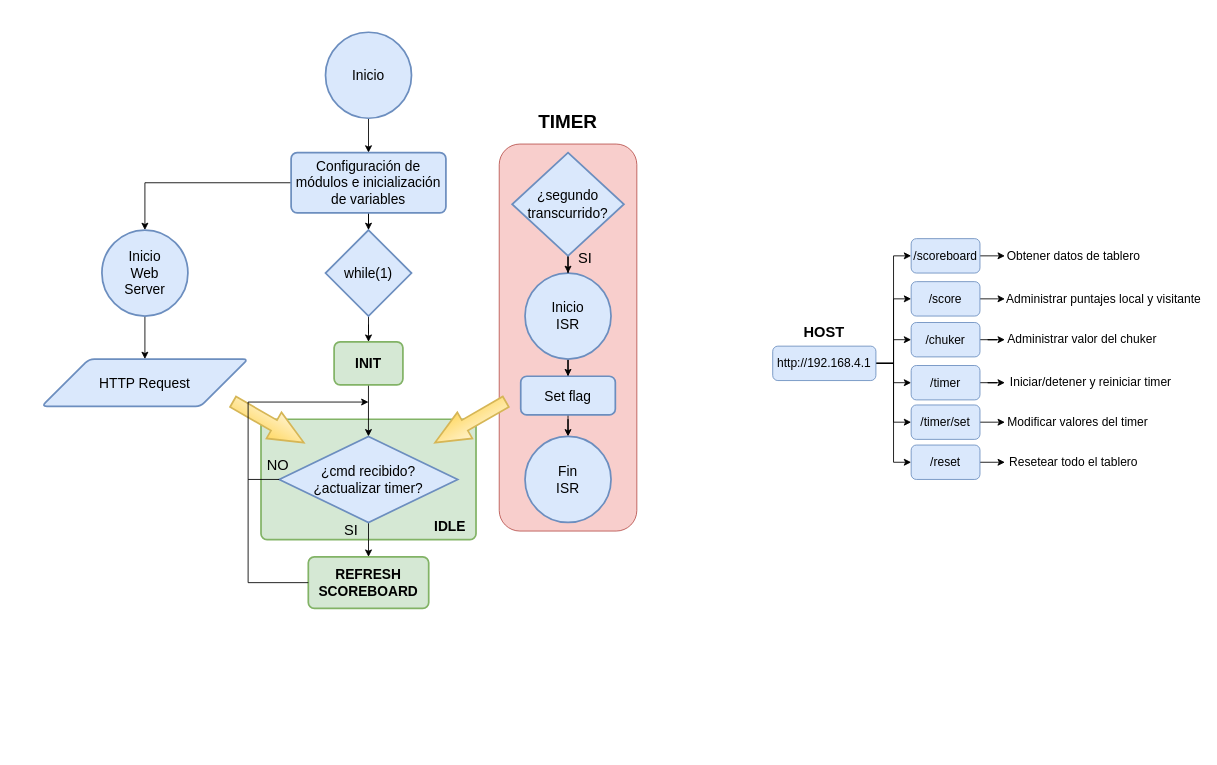
pedro-parodi-ramirez/PoloPoints keeps this draw.io diagram as diagramas.drawio. Above is the earlier version. Source tidied: cells renumbered, new cells numbered last; positions are measured from the earlier drawing's top-left corner, leaving out a move shared by most shapes. Both pictures are drawn from the tidied source at 86%, with x=0, y=0 at pixel (41, 32).
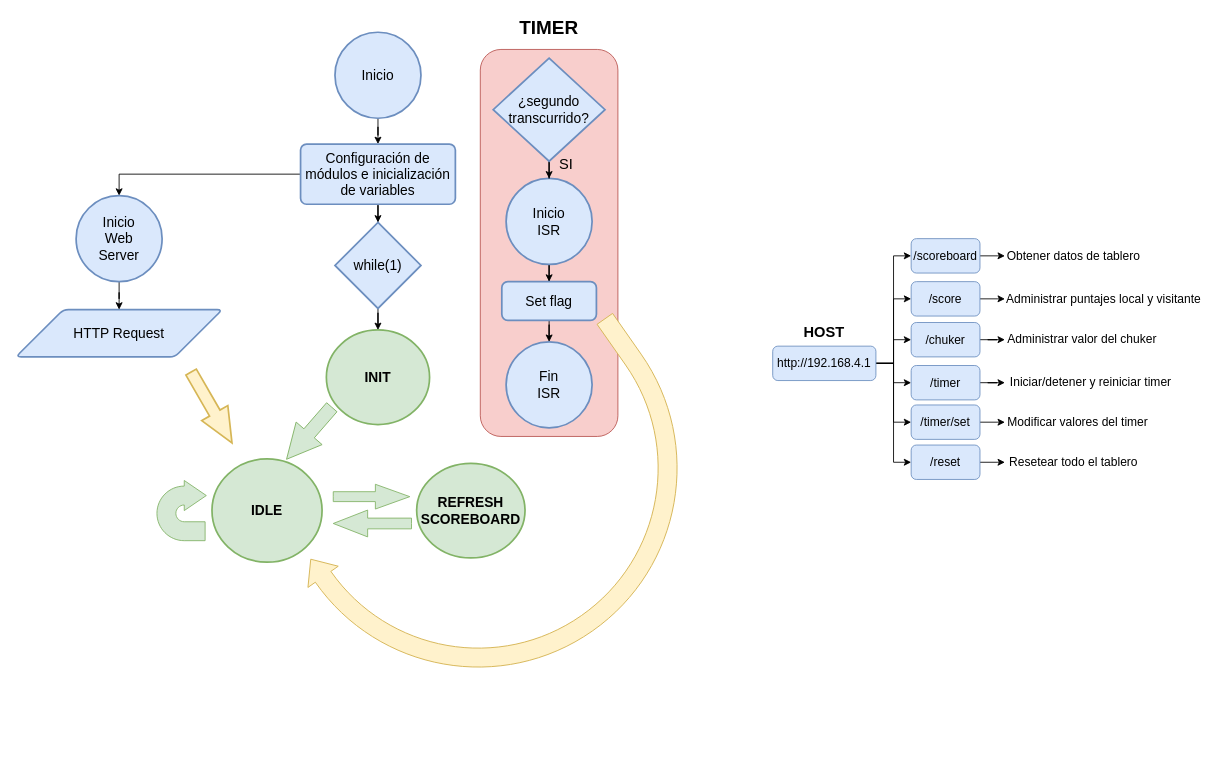
After the change.

Change to the diagram source:
```diff
@@
     <mxCell id="2" style="rounded=1;whiteSpace=wrap;html=1;fillColor=#f8cecc;strokeColor=#b85450;" parent="1" vertex="1">
-      <mxGeometry x="532" y="130" width="160" height="450" as="geometry" />
+      <mxGeometry x="510" y="20" width="160" height="450" as="geometry" />
     </mxCell>
-    <mxCell id="3" style="rounded=1;whiteSpace=wrap;html=1;absoluteArcSize=1;arcSize=14;strokeWidth=2;align=center;fillColor=#d5e8d4;strokeColor=#82b366;" parent="1" vertex="1">
-      <mxGeometry x="255" y="450" width="250" height="140" as="geometry" />
-    </mxCell>
@@
     <mxCell id="5" value="Inicio" style="strokeWidth=2;html=1;shape=mxgraph.flowchart.start_2;whiteSpace=wrap;fontSize=16;fillColor=#dae8fc;strokeColor=#6c8ebf;" parent="1" vertex="1">
-      <mxGeometry x="330" width="100" height="100" as="geometry" />
+      <mxGeometry x="341" width="100" height="100" as="geometry" />
     </mxCell>
-    <mxCell id="6" style="edgeStyle=orthogonalEdgeStyle;rounded=0;jettySize=auto;html=1;" parent="1" edge="1" source="8" target="10">
+    <mxCell id="6" style="edgeStyle=orthogonalEdgeStyle;rounded=0;jettySize=auto;html=1;entryX=0.5;entryY=0;entryDx=0;entryDy=0;entryPerimeter=0;" parent="1" edge="1" source="8" target="10">
       <mxGeometry relative="1" as="geometry" />
     </mxCell>
@@
     <mxCell id="8" value="Configuración de módulos e inicialización de variables" style="rounded=1;whiteSpace=wrap;html=1;absoluteArcSize=1;arcSize=14;strokeWidth=2;fontSize=16;fillColor=#dae8fc;strokeColor=#6c8ebf;" parent="1" vertex="1">
-      <mxGeometry x="290" y="140" width="180" height="70" as="geometry" />
+      <mxGeometry x="301" y="130" width="180" height="70" as="geometry" />
     </mxCell>
-    <mxCell id="9" style="edgeStyle=orthogonalEdgeStyle;rounded=0;jettySize=auto;html=1;entryX=0.5;entryY=0;entryDx=0;entryDy=0;" parent="1" edge="1" source="10" target="12">
-      <mxGeometry relative="1" as="geometry" />
-    </mxCell>
-    <mxCell id="10" value="while(1)" style="strokeWidth=2;html=1;shape=mxgraph.flowchart.decision;whiteSpace=wrap;fontSize=16;fillColor=#dae8fc;strokeColor=#6c8ebf;" parent="1" vertex="1">
-      <mxGeometry x="330" y="230" width="100" height="100" as="geometry" />
-    </mxCell>
-    <mxCell id="11" style="edgeStyle=orthogonalEdgeStyle;rounded=0;jettySize=auto;html=1;entryX=0.5;entryY=0;entryDx=0;entryDy=0;entryPerimeter=0;" parent="1" edge="1" source="12" target="15">
-      <mxGeometry relative="1" as="geometry" />
-    </mxCell>
-    <mxCell id="12" value="INIT" style="rounded=1;whiteSpace=wrap;html=1;absoluteArcSize=1;arcSize=14;strokeWidth=2;fontSize=16;fillColor=#d5e8d4;strokeColor=#82b366;fontStyle=1;" parent="1" vertex="1">
-      <mxGeometry x="340" y="360" width="80" height="50" as="geometry" />
-    </mxCell>
-    <mxCell id="13" value="REFRESH&lt;br style=&quot;font-size: 16px;&quot;&gt;SCOREBOARD" style="rounded=1;whiteSpace=wrap;html=1;absoluteArcSize=1;arcSize=14;strokeWidth=2;fontSize=16;fillColor=#d5e8d4;strokeColor=#82b366;fontStyle=1;" parent="1" vertex="1">
-      <mxGeometry x="310" y="610" width="140" height="60" as="geometry" />
-    </mxCell>
-    <mxCell id="14" style="edgeStyle=orthogonalEdgeStyle;rounded=0;jettySize=auto;html=1;entryX=0.5;entryY=0;entryDx=0;entryDy=0;" parent="1" edge="1" source="15" target="13">
-      <mxGeometry relative="1" as="geometry" />
-    </mxCell>
-    <mxCell id="15" value="¿cmd recibido?&lt;br style=&quot;font-size: 16px;&quot;&gt;¿actualizar timer?" style="strokeWidth=2;html=1;shape=mxgraph.flowchart.decision;whiteSpace=wrap;fontSize=16;fillColor=#dae8fc;strokeColor=#6c8ebf;" parent="1" vertex="1">
-      <mxGeometry x="276.2" y="470" width="207.5" height="100" as="geometry" />
-    </mxCell>
     <mxCell id="16" value="HTTP Request" style="shape=parallelogram;html=1;strokeWidth=2;perimeter=parallelogramPerimeter;whiteSpace=wrap;rounded=1;arcSize=12;size=0.23;fontSize=16;fillColor=#dae8fc;strokeColor=#6c8ebf;" parent="1" vertex="1">
-      <mxGeometry y="380" width="240" height="55" as="geometry" />
+      <mxGeometry x="-30" y="322.5" width="240" height="55" as="geometry" />
     </mxCell>
@@
     <mxCell id="18" value="Inicio&lt;br&gt;ISR" style="strokeWidth=2;html=1;shape=mxgraph.flowchart.start_2;whiteSpace=wrap;fontSize=16;fillColor=#dae8fc;strokeColor=#6c8ebf;" parent="1" vertex="1">
-      <mxGeometry x="562" y="280" width="100" height="100" as="geometry" />
+      <mxGeometry x="540" y="170" width="100" height="100" as="geometry" />
     </mxCell>
@@
     <mxCell id="20" value="¿segundo transcurrido?" style="strokeWidth=2;html=1;shape=mxgraph.flowchart.decision;whiteSpace=wrap;fontSize=16;fillColor=#dae8fc;strokeColor=#6c8ebf;" parent="1" vertex="1">
-      <mxGeometry x="547" y="140" width="130" height="120" as="geometry" />
+      <mxGeometry x="525" y="30" width="130" height="120" as="geometry" />
     </mxCell>
@@
     <mxCell id="22" value="Set flag" style="rounded=1;whiteSpace=wrap;html=1;absoluteArcSize=1;arcSize=14;strokeWidth=2;fontSize=16;fillColor=#dae8fc;strokeColor=#6c8ebf;" parent="1" vertex="1">
-      <mxGeometry x="557" y="400" width="110" height="45" as="geometry" />
+      <mxGeometry x="535" y="290" width="110" height="45" as="geometry" />
     </mxCell>
     <mxCell id="23" value="Fin&lt;br&gt;ISR" style="strokeWidth=2;html=1;shape=mxgraph.flowchart.start_2;whiteSpace=wrap;fontSize=16;fillColor=#dae8fc;strokeColor=#6c8ebf;" parent="1" vertex="1">
-      <mxGeometry x="562" y="470" width="100" height="100" as="geometry" />
+      <mxGeometry x="540" y="360" width="100" height="100" as="geometry" />
     </mxCell>
-    <mxCell id="24" style="verticalLabelPosition=bottom;verticalAlign=top;html=1;strokeWidth=2;shape=mxgraph.arrows2.arrow;dy=0.6;dx=40;notch=0;rotation=30;fillColor=#fff2cc;strokeColor=#d6b656;gradientColor=#ffd966;" parent="1" vertex="1">
-      <mxGeometry x="216.1" y="435.9" width="95" height="35" as="geometry" />
+    <mxCell id="24" style="verticalLabelPosition=bottom;verticalAlign=top;html=1;strokeWidth=2;shape=mxgraph.arrows2.arrow;dy=0.6;dx=40;notch=0;rotation=60;fillColor=#fff2cc;strokeColor=#d6b656;" parent="1" vertex="1">
+      <mxGeometry x="150" y="418.8" width="95" height="35" as="geometry" />
     </mxCell>
-    <mxCell id="25" style="verticalLabelPosition=bottom;verticalAlign=top;html=1;strokeWidth=2;shape=mxgraph.arrows2.arrow;dy=0.6;dx=40;notch=0;rotation=-210;fillColor=#fff2cc;gradientColor=#ffd966;strokeColor=#d6b656;" parent="1" vertex="1">
-      <mxGeometry x="451" y="435.9" width="95" height="35" as="geometry" />
-    </mxCell>
-    <mxCell id="26" style="endArrow=none;html=1;rounded=0;entryX=0;entryY=0.5;entryDx=0;entryDy=0;entryPerimeter=0;" parent="1" edge="1" target="15">
-      <mxGeometry relative="1" as="geometry">
-        <mxPoint x="240" y="520" as="sourcePoint" />
-      </mxGeometry>
-    </mxCell>
-    <mxCell id="27" style="endArrow=none;html=1;rounded=0;" parent="1" edge="1">
-      <mxGeometry relative="1" as="geometry">
-        <mxPoint x="240" y="520" as="sourcePoint" />
-        <mxPoint x="240" y="430" as="targetPoint" />
-      </mxGeometry>
-    </mxCell>
-    <mxCell id="28" style="endArrow=classic;html=1;rounded=0;" parent="1" edge="1">
-      <mxGeometry relative="1" as="geometry">
-        <mxPoint x="240" y="430" as="sourcePoint" />
-        <mxPoint x="380" y="430" as="targetPoint" />
-      </mxGeometry>
-    </mxCell>
-    <mxCell id="29" value="IDLE" style="text;html=1;strokeColor=none;fillColor=none;align=center;verticalAlign=middle;whiteSpace=wrap;rounded=0;fontSize=16;fontStyle=1;" parent="1" vertex="1">
-      <mxGeometry x="445" y="560" width="60" height="30" as="geometry" />
-    </mxCell>
     <mxCell id="30" value="TIMER" style="text;html=1;strokeColor=none;fillColor=none;align=center;verticalAlign=middle;whiteSpace=wrap;rounded=0;fontSize=22;fontStyle=1;" parent="1" vertex="1">
-      <mxGeometry x="572" y="90" width="80" height="30" as="geometry" />
+      <mxGeometry x="550" y="-20" width="80" height="30" as="geometry" />
     </mxCell>
@@
     <mxCell id="32" value="Inicio&lt;br&gt;Web&lt;br&gt;Server" style="strokeWidth=2;html=1;shape=mxgraph.flowchart.start_2;whiteSpace=wrap;fillColor=#dae8fc;strokeColor=#6c8ebf;fontSize=16;" parent="1" vertex="1">
-      <mxGeometry x="70" y="230" width="100" height="100" as="geometry" />
+      <mxGeometry x="40" y="190" width="100" height="100" as="geometry" />
     </mxCell>
@@
-    <mxCell id="59" style="endArrow=none;html=1;rounded=0;exitX=0;exitY=0.5;exitDx=0;exitDy=0;" parent="1" edge="1" source="13">
-      <mxGeometry relative="1" as="geometry">
-        <mxPoint x="240" y="640" as="targetPoint" />
-      </mxGeometry>
-    </mxCell>
-    <mxCell id="60" style="endArrow=none;html=1;rounded=0;" parent="1" edge="1">
-      <mxGeometry relative="1" as="geometry">
-        <mxPoint x="240" y="640" as="sourcePoint" />
-        <mxPoint x="240" y="520" as="targetPoint" />
-      </mxGeometry>
-    </mxCell>
-    <mxCell id="61" value="NO" style="text;html=1;strokeColor=none;fillColor=none;align=center;verticalAlign=middle;whiteSpace=wrap;rounded=0;fontSize=17;" parent="1" vertex="1">
-      <mxGeometry x="255" y="488.8" width="40" height="31.2" as="geometry" />
-    </mxCell>
-    <mxCell id="62" value="SI" style="text;html=1;strokeColor=none;fillColor=none;align=center;verticalAlign=middle;whiteSpace=wrap;rounded=0;fontSize=17;" parent="1" vertex="1">
-      <mxGeometry x="340" y="564" width="40" height="31.2" as="geometry" />
-    </mxCell>
     <mxCell id="63" value="SI" style="text;html=1;strokeColor=none;fillColor=none;align=center;verticalAlign=middle;whiteSpace=wrap;rounded=0;fontSize=17;" parent="1" vertex="1">
-      <mxGeometry x="612" y="248.8" width="40" height="31.2" as="geometry" />
+      <mxGeometry x="590" y="138.8" width="40" height="31.2" as="geometry" />
     </mxCell>
+    <mxCell id="9" style="edgeStyle=orthogonalEdgeStyle;rounded=0;jettySize=auto;html=1;entryX=0.5;entryY=0;entryDx=0;entryDy=0;entryPerimeter=0;" parent="1" edge="1" source="10" target="12">
+      <mxGeometry relative="1" as="geometry" />
+    </mxCell>
+    <mxCell id="10" value="while(1)" style="strokeWidth=2;html=1;shape=mxgraph.flowchart.decision;whiteSpace=wrap;fontSize=16;fillColor=#dae8fc;strokeColor=#6c8ebf;" parent="1" vertex="1">
+      <mxGeometry x="341" y="221.2" width="100" height="100" as="geometry" />
+    </mxCell>
+    <mxCell id="12" value="INIT" style="strokeWidth=2;html=1;shape=mxgraph.flowchart.start_2;whiteSpace=wrap;fontSize=16;fillColor=#d5e8d4;strokeColor=#82b366;fontStyle=1;" parent="1" vertex="1">
+      <mxGeometry x="331" y="346.2" width="120" height="110" as="geometry" />
+    </mxCell>
+    <mxCell id="13" value="REFRESH&lt;br&gt;SCOREBOARD" style="strokeWidth=2;html=1;shape=mxgraph.flowchart.start_2;whiteSpace=wrap;fontSize=16;fillColor=#d5e8d4;strokeColor=#82b366;fontStyle=1;" parent="1" vertex="1">
+      <mxGeometry x="436" y="501.2" width="126" height="110" as="geometry" />
+    </mxCell>
+    <mxCell id="29" value="IDLE" style="strokeWidth=2;html=1;shape=mxgraph.flowchart.start_2;whiteSpace=wrap;fontSize=16;fillColor=#d5e8d4;strokeColor=#82b366;fontStyle=1;" parent="1" vertex="1">
+      <mxGeometry x="198" y="496.2" width="128" height="120" as="geometry" />
+    </mxCell>
+    <mxCell id="64" style="html=1;shadow=0;dashed=0;align=center;verticalAlign=middle;shape=mxgraph.arrows2.uTurnArrow;dy=11;arrowHead=35;dx2=25.68;fillColor=#d5e8d4;strokeColor=#82b366;" parent="1" vertex="1">
+      <mxGeometry x="134" y="521.2" width="56" height="70" as="geometry" />
+    </mxCell>
+    <mxCell id="65" style="html=1;shadow=0;dashed=0;align=center;verticalAlign=middle;shape=mxgraph.arrows2.arrow;dy=0.6;dx=40;direction=north;notch=0;rotation=-139;fillColor=#d5e8d4;strokeColor=#82b366;" parent="1" vertex="1">
+      <mxGeometry x="291" y="426.2" width="40" height="80.2" as="geometry" />
+    </mxCell>
+    <mxCell id="66" style="html=1;shadow=0;dashed=0;align=center;verticalAlign=middle;shape=mxgraph.arrows2.arrow;dy=0.6;dx=40;notch=0;fillColor=#d5e8d4;strokeColor=#82b366;" parent="1" vertex="1">
+      <mxGeometry x="339" y="525.6" width="89" height="28.8" as="geometry" />
+    </mxCell>
+    <mxCell id="67" style="html=1;shadow=0;dashed=0;align=center;verticalAlign=middle;shape=mxgraph.arrows2.arrow;dy=0.6;dx=40;notch=0;rotation=-180;fillColor=#d5e8d4;strokeColor=#82b366;" parent="1" vertex="1">
+      <mxGeometry x="339" y="555.6" width="91" height="31.2" as="geometry" />
+    </mxCell>
+    <mxCell id="68" style="html=1;shadow=0;dashed=0;align=center;verticalAlign=middle;shape=mxgraph.arrows2.uTurnArrow;dy=11;arrowHead=43;dx2=25;rotation=-125;fillColor=#fff2cc;strokeColor=#d6b656;" parent="1" vertex="1">
+      <mxGeometry x="408.5" y="344.5" width="289" height="472.9" as="geometry" />
+    </mxCell>
```
